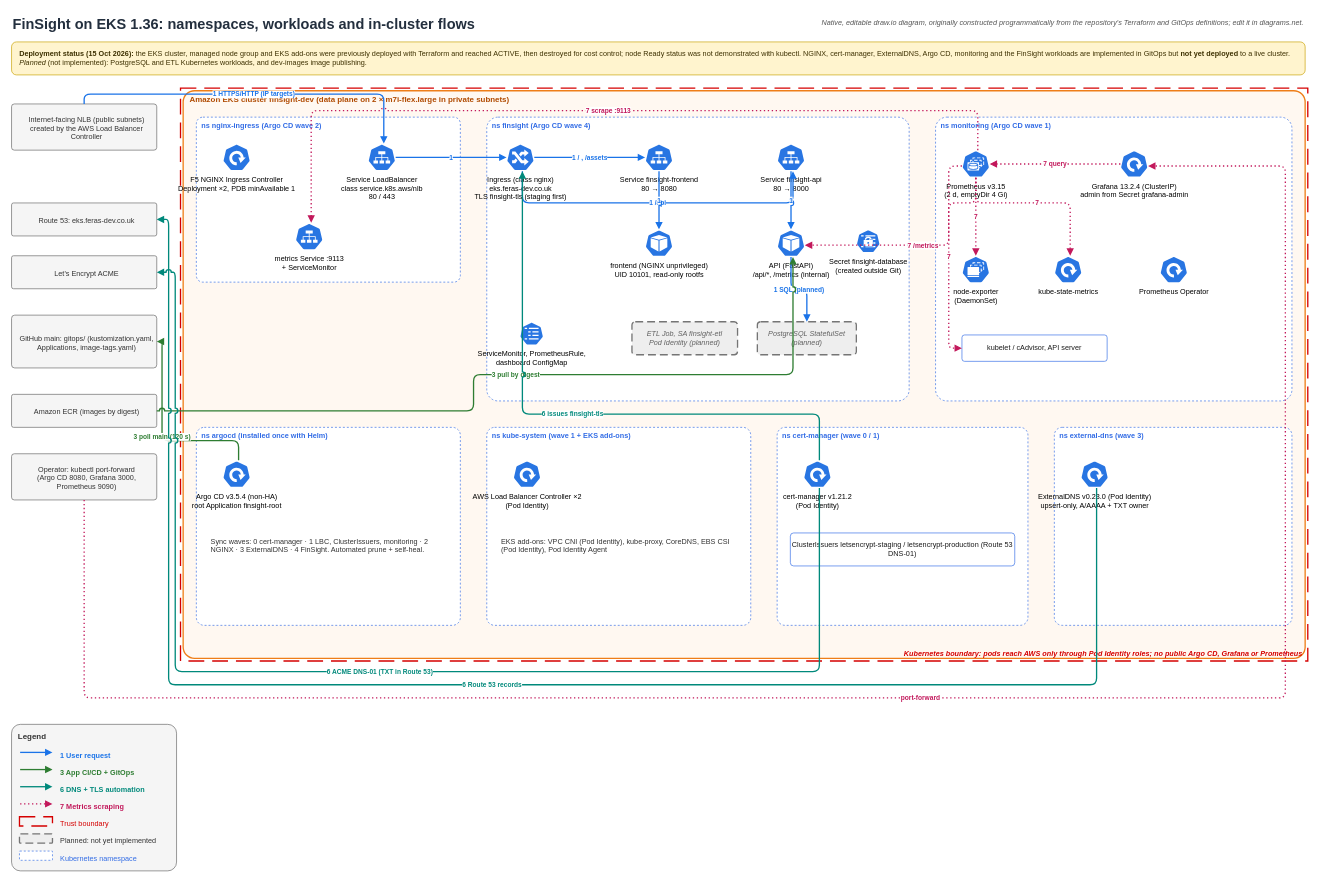
The draw.io diagram page "2. Kubernetes platform (EKS)" (2 of 3) of docs/architecture/finsight-architecture.drawio in Fer-as/finsight-eks-data-platform, before the edit. Source tidied: cells renumbered, new cells numbered last; positions are measured from the earlier drawing's top-left corner, leaving out a move shared by most shapes. Both pictures are drawn from the tidied source at 66%, with x=0, y=0 at pixel (11, 11).
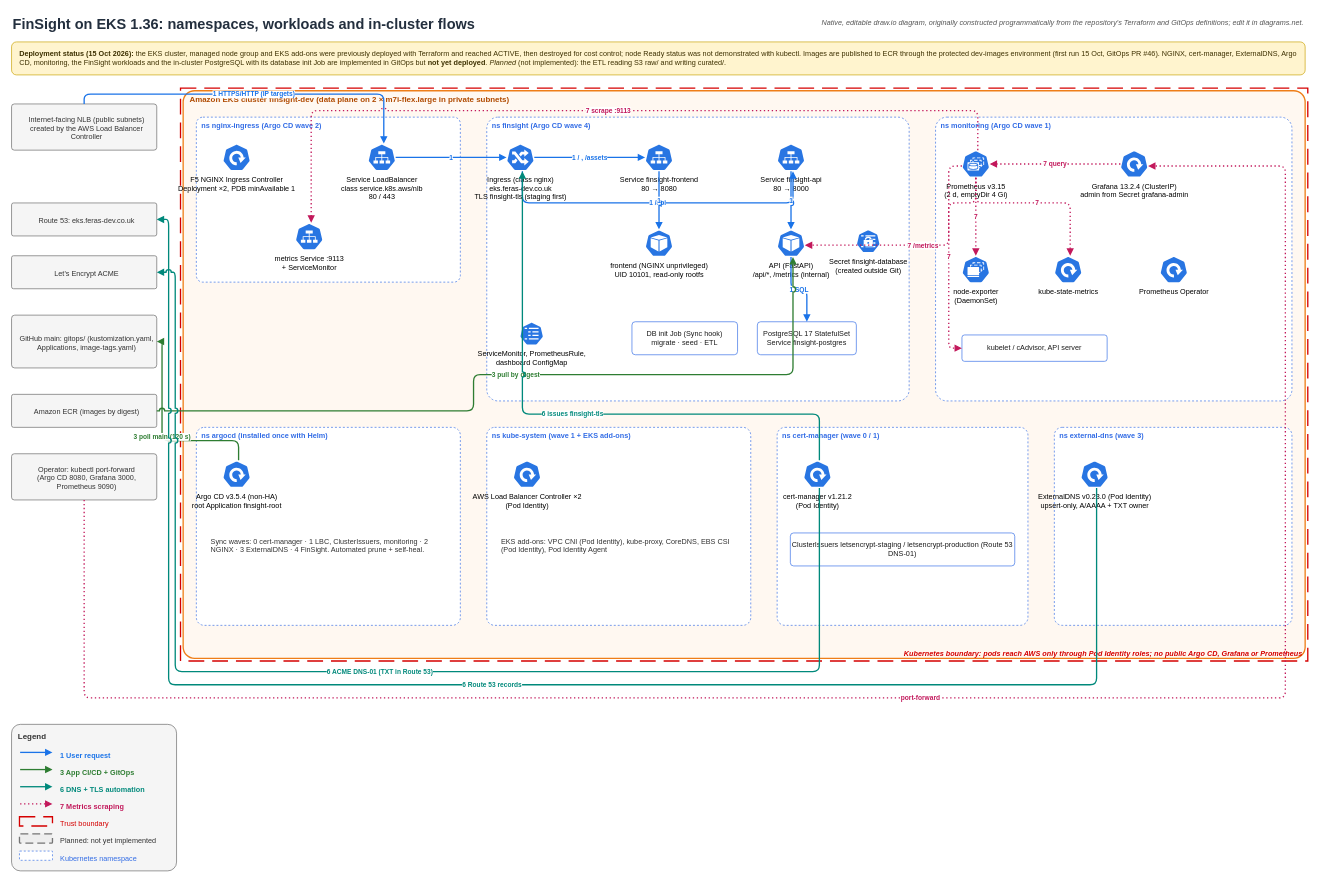
Above is the later version.

Unchanged cells that the change refers to:
```xml
<mxCell id="20" value="ns finsight  (Argo CD wave 4)" style="rounded=1;arcSize=4;html=1;whiteSpace=wrap;fillColor=#FFFFFF;strokeColor=#326CE5;dashed=1;verticalAlign=top;align=left;spacingLeft=6;fontStyle=1;fontSize=11;fontColor=#326CE5;fontFamily=Helvetica;" parent="15" vertex="1">
  <mxGeometry x="460" y="40" width="640" height="430" as="geometry" />
</mxCell>
<mxCell id="25" value="API (FastAPI)&lt;br&gt;/api/*, /metrics (internal)" style="sketch=0;html=1;dashed=0;verticalLabelPosition=bottom;verticalAlign=top;fillColor=#2875E2;strokeColor=#ffffff;points=[];shape=mxgraph.kubernetes.icon2;prIcon=pod;fontSize=11;fontFamily=Helvetica;" parent="20" vertex="1">
  <mxGeometry x="440" y="170" width="42" height="42" as="geometry" />
</mxCell>
```

The edit, as a diff of the source:
```diff
@@
-    <mxCell id="8" value="&lt;b&gt;Deployment status (15 Oct 2026):&lt;/b&gt; the EKS cluster, managed node group and EKS add-ons were previously deployed with Terraform and reached ACTIVE, then destroyed for cost control; node Ready status was not demonstrated with kubectl. NGINX, cert-manager, ExternalDNS, Argo CD, monitoring and the FinSight workloads are implemented in GitOps but &lt;b&gt;not yet deployed&lt;/b&gt; to a live cluster. &lt;i&gt;Planned&lt;/i&gt; (not implemented): PostgreSQL and ETL Kubernetes workloads, and dev-images image publishing." style="rounded=1;html=1;whiteSpace=wrap;fillColor=#FFF4CE;strokeColor=#C9A100;align=left;spacingLeft=10;fontSize=12;fontColor=#3D3000;verticalAlign=middle;fontFamily=Helvetica;fontSize=11;" parent="1" vertex="1">
+    <mxCell id="8" value="&lt;b&gt;Deployment status (15 Oct 2026):&lt;/b&gt; the EKS cluster, managed node group and EKS add-ons were previously deployed with Terraform and reached ACTIVE, then destroyed for cost control; node Ready status was not demonstrated with kubectl. Images are published to ECR through the protected dev-images environment (first run 15 Oct, GitOps PR #46). NGINX, cert-manager, ExternalDNS, Argo CD, monitoring, the FinSight workloads and the in-cluster PostgreSQL with its database init Job are implemented in GitOps but &lt;b&gt;not yet deployed&lt;/b&gt;. &lt;i&gt;Planned&lt;/i&gt; (not implemented): the ETL reading S3 raw/ and writing curated/." style="rounded=1;html=1;whiteSpace=wrap;fillColor=#FFF4CE;strokeColor=#C9A100;align=left;spacingLeft=10;fontSize=12;fontColor=#3D3000;verticalAlign=middle;fontFamily=Helvetica;fontSize=11;" parent="1" vertex="1">
       <mxGeometry y="46" width="1960" height="50" as="geometry" />
     </mxCell>
@@
-    <mxCell id="27" value="PostgreSQL StatefulSet&lt;br&gt;(planned)" style="rounded=1;arcSize=10;html=1;whiteSpace=wrap;fillColor=#EEEEEE;strokeColor=#757575;strokeWidth=2;dashed=1;dashPattern=6 3;fontSize=11;fontColor=#616161;fontStyle=2;align=center;verticalAlign=middle;fontFamily=Helvetica;" parent="20" vertex="1">
+    <mxCell id="27" value="PostgreSQL 17 StatefulSet&lt;br&gt;Service finsight-postgres" style="rounded=1;arcSize=10;html=1;whiteSpace=wrap;fillColor=#FFFFFF;strokeColor=#326CE5;fontSize=11;fontColor=#1B1B1B;align=center;verticalAlign=middle;fontFamily=Helvetica;" parent="20" vertex="1">
       <mxGeometry x="410" y="310" width="150" height="50" as="geometry" />
     </mxCell>
-    <mxCell id="28" value="ETL Job, SA finsight-etl&lt;br&gt;Pod Identity (planned)" style="rounded=1;arcSize=10;html=1;whiteSpace=wrap;fillColor=#EEEEEE;strokeColor=#757575;strokeWidth=2;dashed=1;dashPattern=6 3;fontSize=11;fontColor=#616161;fontStyle=2;align=center;verticalAlign=middle;fontFamily=Helvetica;" parent="20" vertex="1">
+    <mxCell id="28" value="DB init Job (Sync hook)&lt;br&gt;migrate · seed · ETL" style="rounded=1;arcSize=10;html=1;whiteSpace=wrap;fillColor=#FFFFFF;strokeColor=#326CE5;fontSize=11;fontColor=#1B1B1B;align=center;verticalAlign=middle;fontFamily=Helvetica;" parent="20" vertex="1">
       <mxGeometry x="220" y="310" width="160" height="50" as="geometry" />
     </mxCell>
@@
-    <mxCell id="55" value="1 SQL (planned)" style="edgeStyle=orthogonalEdgeStyle;rounded=1;html=1;strokeColor=#1A73E8;strokeWidth=2;dashed=0;endArrow=block;endFill=1;fontSize=10;fontColor=#1A73E8;fontStyle=1;labelBackgroundColor=#FFFFFF;jumpStyle=arc;fontFamily=Helvetica;" parent="2" edge="1" source="25" target="27">
+    <mxCell id="55" value="1 SQL" style="edgeStyle=orthogonalEdgeStyle;rounded=1;html=1;strokeColor=#1A73E8;strokeWidth=2;dashed=0;endArrow=block;endFill=1;fontSize=10;fontColor=#1A73E8;fontStyle=1;labelBackgroundColor=#FFFFFF;jumpStyle=arc;fontFamily=Helvetica;" parent="2" edge="1" source="25" target="27">
       <mxGeometry relative="1" as="geometry" />
     </mxCell>
```
